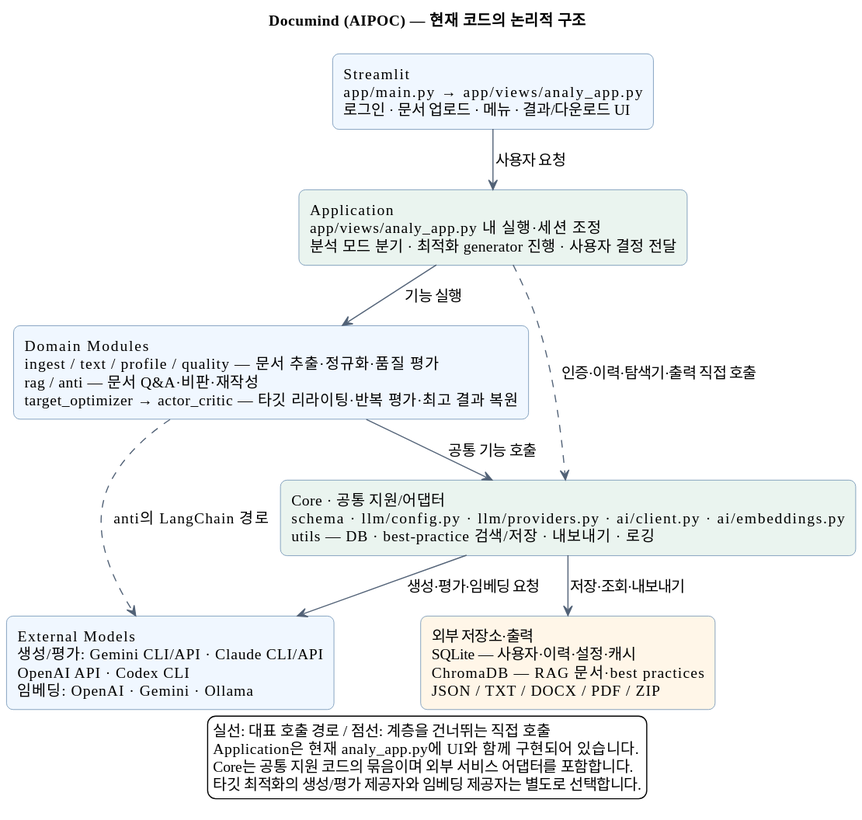
Before: docs/diagrams/architecture.svg, a diagram exported from PlantUML (gmkoo-d3v/AIPOC).
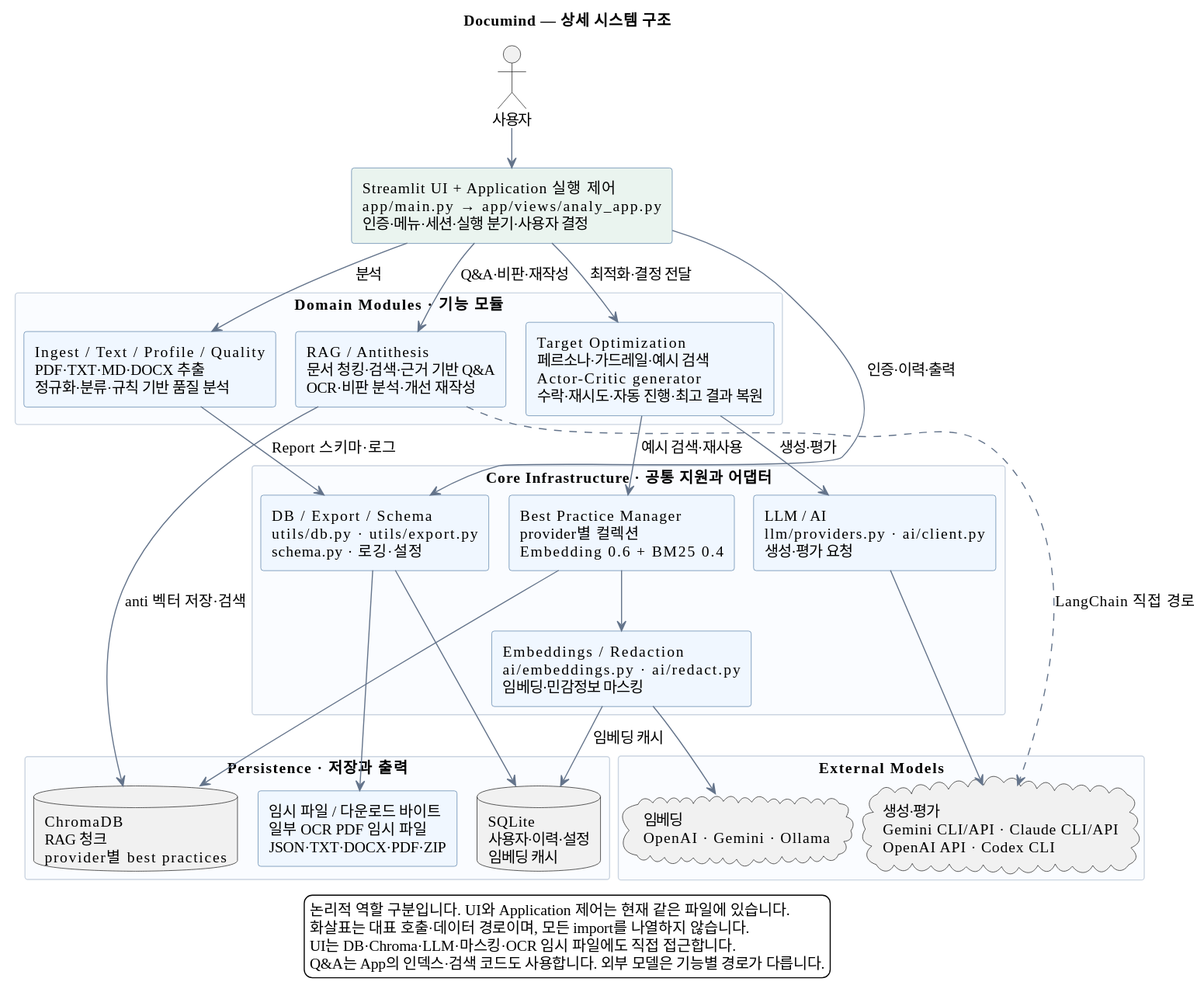
The same file after the commit.

Diff of the diagram source:
```diff
@@ -5,35 +5,62 @@
 skinparam defaultFontSize 14
 skinparam shadowing false
 skinparam backgroundColor #FFFFFF
+skinparam packageStyle rectangle
+skinparam ArrowColor #64748B
 skinparam rectangle {
+  BackgroundColor #F0F7FF
   BorderColor #5880A8
-  BackgroundColor #F0F7FF
-  RoundCorner 12
 }
-skinparam ArrowColor #526277
-skinparam nodesep 35
-skinparam ranksep 35
-title Documind (AIPOC) — 현재 코드의 논리적 구조
+skinparam package {
+  BackgroundColor #FAFCFF
+  BorderColor #CBD5E1
+}
+title Documind — 상세 시스템 구조
 
-rectangle "Streamlit\napp/main.py → app/views/analy_app.py\n로그인 · 문서 업로드 · 메뉴 · 결과/다운로드 UI" as UI
-rectangle "Application\napp/views/analy_app.py 내 실행·세션 조정\n분석 모드 분기 · 최적화 generator 진행 · 사용자 결정 전달" as App #EAF4EF
-rectangle "Domain Modules\ningest / text / profile / quality — 문서 추출·정규화·품질 평가\nrag / anti — 문서 Q&A·비판·재작성\ntarget_optimizer → actor_critic — 타깃 리라이팅·반복 평가·최고 결과 복원" as Domain
-rectangle "Core · 공통 지원/어댑터\nschema · llm/config.py · llm/providers.py · ai/client.py · ai/embeddings.py\nutils — DB · best-practice 검색/저장 · 내보내기 · 로깅" as Core #EAF4EF
-rectangle "External Models\n생성/평가: Gemini CLI/API · Claude CLI/API\nOpenAI API · Codex CLI\n임베딩: OpenAI · Gemini · Ollama" as Models
-rectangle "외부 저장소·출력\nSQLite — 사용자·이력·설정·캐시\nChromaDB — RAG 문서·best practices\nJSON / TXT / DOCX / PDF / ZIP" as Data #FFF6E8
-
-UI --> App : 사용자 요청
-App --> Domain : 기능 실행
-Domain --> Core : 공통 기능 호출
-Core --> Models : 생성·평가·임베딩 요청
-Core --> Data : 저장·조회·내보내기
-App ..> Core : 인증·이력·탐색기·출력 직접 호출
-Domain ..> Models : anti의 LangChain 경로
+actor "사용자" as User
+rectangle "Streamlit UI + Application 실행 제어\napp/main.py → app/views/analy_app.py\n인증·메뉴·세션·실행 분기·사용자 결정" as App #EAF4EF
+package "Domain Modules · 기능 모듈" {
+  rectangle "Ingest / Text / Profile / Quality\nPDF·TXT·MD·DOCX 추출\n정규화·분류·규칙 기반 품질 분석" as Quality
+  rectangle "Target Optimization\n페르소나·가드레일·예시 검색\nActor-Critic generator\n수락·재시도·자동 진행·최고 결과 복원" as Optim
+  rectangle "RAG / Antithesis\n문서 청킹·검색·근거 기반 Q&A\nOCR·비판 분석·개선 재작성" as RAG
+}
+package "Core Infrastructure · 공통 지원과 어댑터" {
+  rectangle "LLM / AI\nllm/providers.py · ai/client.py\n생성·평가 요청" as LLM
+  rectangle "Embeddings / Redaction\nai/embeddings.py · ai/redact.py\n임베딩·민감정보 마스킹" as Embed
+  rectangle "Best Practice Manager\nprovider별 컬렉션\nEmbedding 0.6 + BM25 0.4" as Best
+  rectangle "DB / Export / Schema\nutils/db.py · utils/export.py\nschema.py · 로깅·설정" as Shared
+}
+package "Persistence · 저장과 출력" {
+  database "SQLite\n사용자·이력·설정\n임베딩 캐시" as SQL
+  database "ChromaDB\nRAG 청크\nprovider별 best practices" as Chroma
+  rectangle "임시 파일 / 다운로드 바이트\n일부 OCR PDF 임시 파일\nJSON·TXT·DOCX·PDF·ZIP" as Files
+}
+package "External Models" {
+  cloud "생성·평가\nGemini CLI/API · Claude CLI/API\nOpenAI API · Codex CLI" as Generate
+  cloud "임베딩\nOpenAI · Gemini · Ollama" as Embedding
+}
+User --> App
+App --> Quality : 분석
+App --> Optim : 최적화·결정 전달
+App --> RAG : Q&A·비판·재작성
+App --> Shared : 인증·이력·출력
+Quality --> Shared : Report 스키마·로그
+Optim --> LLM : 생성·평가
+Optim --> Best : 예시 검색·재사용
+Best --> Embed
+Best --> Chroma
+Embed --> SQL : 임베딩 캐시
+Embed --> Embedding
+LLM --> Generate
+RAG --> Chroma : anti 벡터 저장·검색
+RAG ..> Generate : LangChain 직접 경로
+Shared --> SQL
+Shared --> Files
 
 legend bottom
-  실선: 대표 호출 경로 / 점선: 계층을 건너뛰는 직접 호출
-  Application은 현재 analy_app.py에 UI와 함께 구현되어 있습니다.
-  Core는 공통 지원 코드의 묶음이며 외부 서비스 어댑터를 포함합니다.
-  타깃 최적화의 생성/평가 제공자와 임베딩 제공자는 별도로 선택합니다.
+  논리적 역할 구분입니다. UI와 Application 제어는 현재 같은 파일에 있습니다.
+  화살표는 대표 호출·데이터 경로이며, 모든 import를 나열하지 않습니다.
+  UI는 DB·Chroma·LLM·마스킹·OCR 임시 파일에도 직접 접근합니다.
+  Q&A는 App의 인덱스·검색 코드도 사용합니다. 외부 모델은 기능별 경로가 다릅니다.
 endlegend
 @enduml
```
